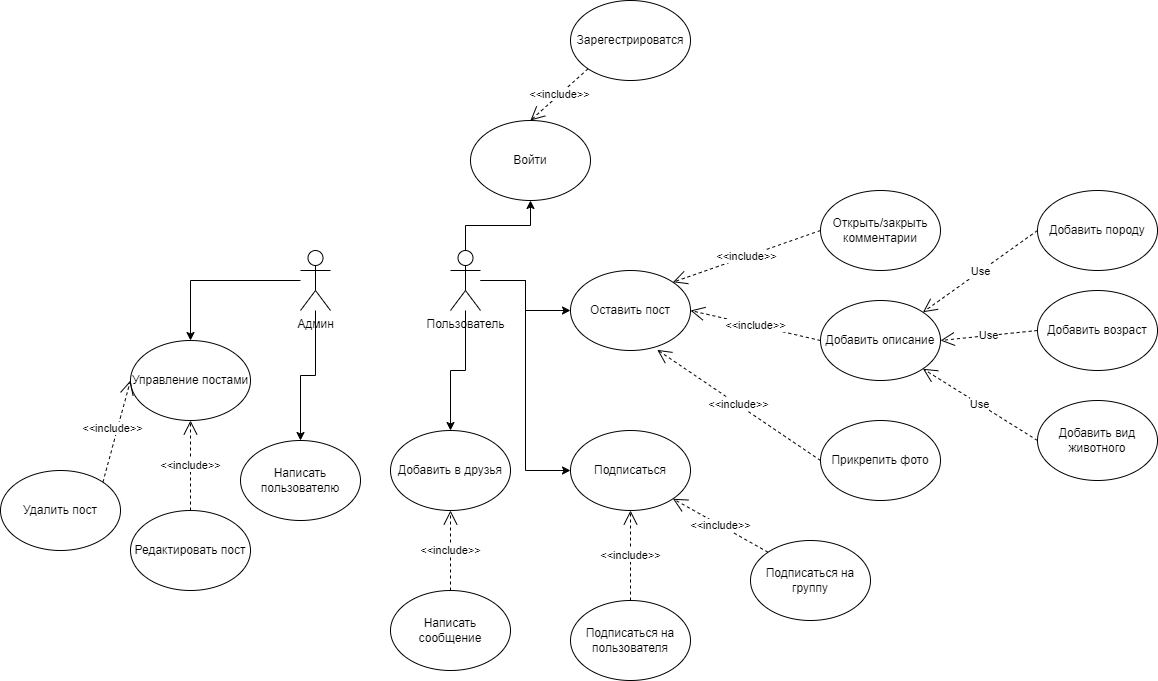
Involuntar/Test keeps this draw.io diagram as Pet.png. Above is the earlier version. Source tidied: cells renumbered, new cells last; positions are measured from the earlier drawing's top-left corner, leaving out a move shared by most shapes.
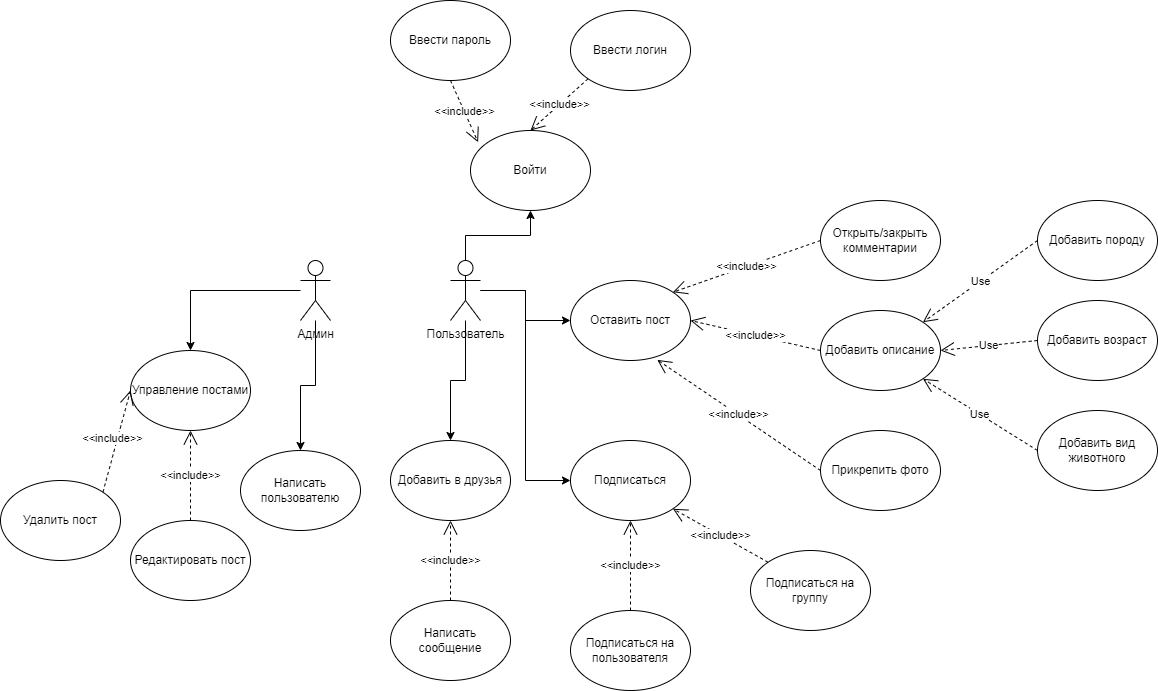
The same diagram one commit later.

What changed in the source:
```diff
@@ -113,8 +113,16 @@
     <mxCell id="38" value="&amp;lt;&amp;lt;include&amp;gt;&amp;gt;" style="endArrow=open;endSize=12;dashed=1;html=1;rounded=0;entryX=0.5;entryY=0;entryDx=0;entryDy=0;exitX=0;exitY=1;exitDx=0;exitDy=0;" parent="1" edge="1" source="39" target="37">
       <mxGeometry relative="1" as="geometry" />
     </mxCell>
-    <mxCell id="39" value="Зарегестрироватся" style="ellipse;whiteSpace=wrap;html=1;" parent="1" vertex="1">
+    <mxCell id="39" value="Ввести логин" style="ellipse;whiteSpace=wrap;html=1;" parent="1" vertex="1">
       <mxGeometry x="570" width="120" height="80" as="geometry" />
     </mxCell>
+    <mxCell id="40" value="&amp;lt;&amp;lt;include&amp;gt;&amp;gt;" style="endArrow=open;endSize=12;dashed=1;html=1;rounded=0;entryX=0;entryY=0;entryDx=0;entryDy=0;exitX=0.5;exitY=1;exitDx=0;exitDy=0;" parent="1" edge="1" source="41">
+      <mxGeometry relative="1" as="geometry">
+        <mxPoint x="477.6" y="131.7" as="targetPoint" />
+      </mxGeometry>
+    </mxCell>
+    <mxCell id="41" value="Ввести пароль" style="ellipse;whiteSpace=wrap;html=1;" parent="1" vertex="1">
+      <mxGeometry x="390" y="-10" width="120" height="80" as="geometry" />
+    </mxCell>
   </root>
 </mxGraphModel>
```
